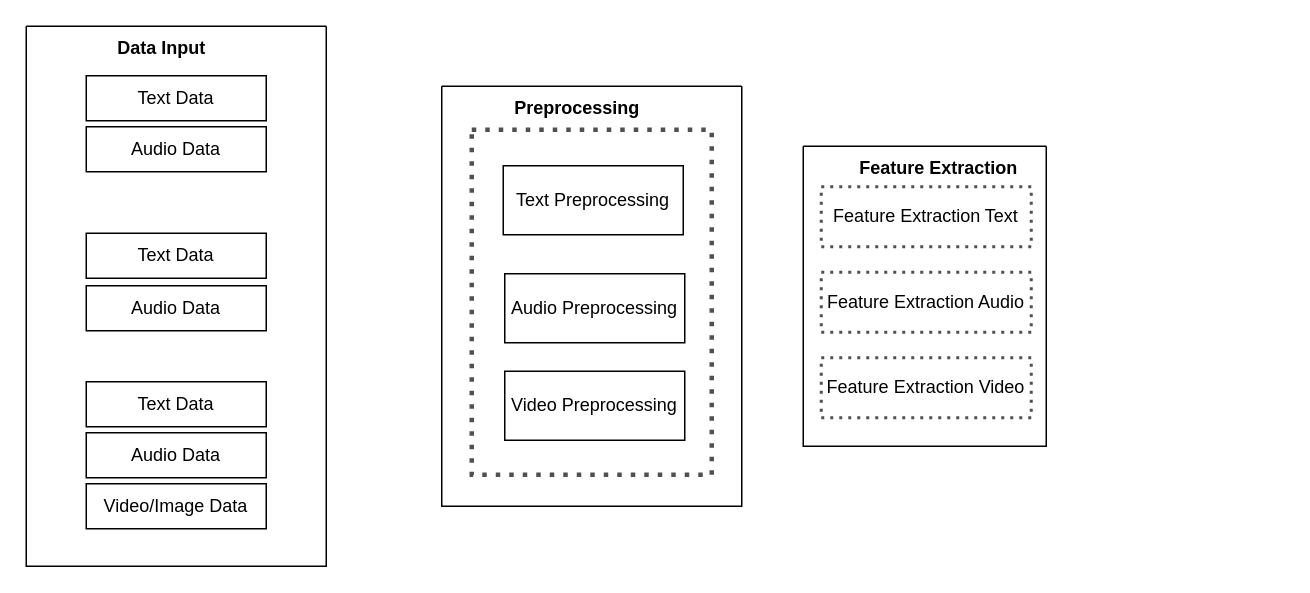
Earlier version of the draw.io diagram one/Untitled Diagram.drawio (theJohnCode/storage). Source tidied: cells renumbered, new cells numbered last; positions are measured from the earlier drawing's top-left corner, leaving out a move shared by most shapes. Both pictures are drawn from the tidied source at 150%, with x=0, y=0 at pixel (26, 26).
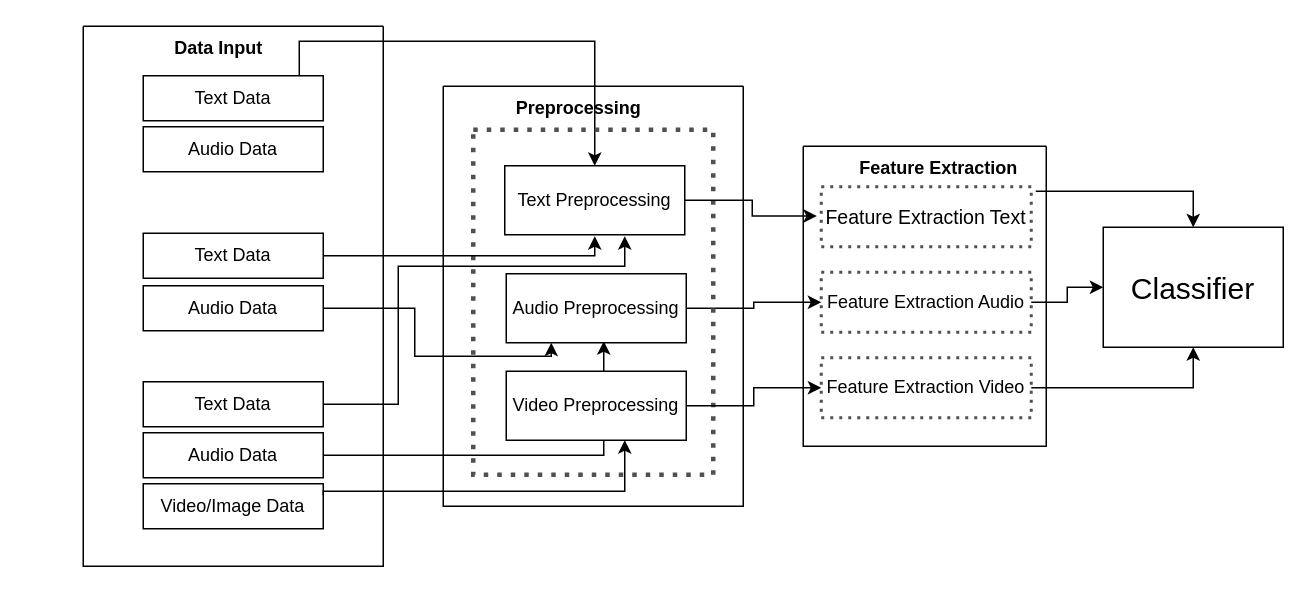
The same page after the edit.

Commit message:
connected the flow

Unchanged cells that the change refers to:
```xml
<mxCell id="4" value="Text Data" style="rounded=0;whiteSpace=wrap;html=1;" parent="3" vertex="1">
  <mxGeometry x="40" y="33" width="120" height="30" as="geometry" />
</mxCell>
<mxCell id="7" value="Text Data" style="rounded=0;whiteSpace=wrap;html=1;" parent="3" vertex="1">
  <mxGeometry x="40" y="138" width="120" height="30" as="geometry" />
</mxCell>
<mxCell id="8" value="Audio Data" style="rounded=0;whiteSpace=wrap;html=1;" parent="3" vertex="1">
  <mxGeometry x="40" y="173" width="120" height="30" as="geometry" />
</mxCell>
<mxCell id="9" value="Audio Data" style="rounded=0;whiteSpace=wrap;html=1;" parent="3" vertex="1">
  <mxGeometry x="40" y="271" width="120" height="30" as="geometry" />
</mxCell>
<mxCell id="10" value="Video/Image Data" style="rounded=0;whiteSpace=wrap;html=1;" parent="3" vertex="1">
  <mxGeometry x="40" y="305" width="120" height="30" as="geometry" />
</mxCell>
<mxCell id="11" value="Text Data" style="rounded=0;whiteSpace=wrap;html=1;" parent="3" vertex="1">
  <mxGeometry x="40" y="237" width="120" height="30" as="geometry" />
</mxCell>
<mxCell id="13" value="Text Preprocessing" style="rounded=0;whiteSpace=wrap;html=1;" parent="12" vertex="1">
  <mxGeometry x="41" y="53" width="120" height="46" as="geometry" />
</mxCell>
<mxCell id="15" value="Audio Preprocessing" style="rounded=0;whiteSpace=wrap;html=1;" parent="12" vertex="1">
  <mxGeometry x="42" y="125" width="120" height="46" as="geometry" />
</mxCell>
<mxCell id="16" value="Video Preprocessing" style="rounded=0;whiteSpace=wrap;html=1;" parent="12" vertex="1">
  <mxGeometry x="42" y="190" width="120" height="46" as="geometry" />
</mxCell>
<mxCell id="19" value="&lt;b&gt;Feature Extraction&lt;/b&gt;" style="text;html=1;align=center;verticalAlign=middle;points=[];strokeColor=none;fillColor=none;" parent="18" vertex="1">
  <mxGeometry x="25" width="130" height="30" as="geometry" />
</mxCell>
<mxCell id="20" value="Feature Extraction Audio" style="rounded=0;whiteSpace=wrap;html=1;strokeColor=light-dark(#544f4f, #ededed);dashed=1;dashPattern=1 2;strokeWidth=2;fillColor=none;perimeterSpacing=0;" parent="1" vertex="1">
  <mxGeometry x="530" y="164" width="140" height="40" as="geometry" />
</mxCell>
<mxCell id="21" value="Feature Extraction Video" style="rounded=0;whiteSpace=wrap;html=1;strokeColor=light-dark(#544f4f, #ededed);dashed=1;dashPattern=1 2;strokeWidth=2;fillColor=none;perimeterSpacing=0;" parent="1" vertex="1">
  <mxGeometry x="530" y="221" width="140" height="40" as="geometry" />
</mxCell>
```

What changed in the source:
```diff
@@
+    <mxCell id="22" style="edgeStyle=orthogonalEdgeStyle;rounded=0;jettySize=auto;html=1;exitX=1;exitY=0.5;exitDx=0;exitDy=0;" parent="1" edge="1" source="9">
+      <mxGeometry relative="1" as="geometry">
+        <mxPoint x="385" y="210" as="targetPoint" />
+        <Array as="points">
+          <mxPoint x="385" y="286" />
+        </Array>
+      </mxGeometry>
+    </mxCell>
+    <mxCell id="23" style="endArrow=classic;html=1;rounded=0;exitX=0.867;exitY=0.177;exitDx=0;exitDy=0;exitPerimeter=0;" parent="1" edge="1" source="4" target="13">
+      <mxGeometry relative="1" as="geometry">
+        <Array as="points">
+          <mxPoint x="182" y="10" />
+          <mxPoint x="379" y="10" />
+        </Array>
+      </mxGeometry>
+    </mxCell>
+    <mxCell id="24" style="edgeStyle=orthogonalEdgeStyle;rounded=0;jettySize=auto;html=1;entryX=0;entryY=0.5;entryDx=0;entryDy=0;exitX=1;exitY=0.5;exitDx=0;exitDy=0;" parent="1" edge="1" source="15" target="20">
+      <mxGeometry relative="1" as="geometry" />
+    </mxCell>
     <mxCell id="2" style="rounded=0;whiteSpace=wrap;html=1;strokeColor=light-dark(#544f4f, #ededed);dashed=1;dashPattern=1 2;strokeWidth=3;fillColor=none;perimeterSpacing=0;" parent="1" vertex="1">
-      <mxGeometry x="297" y="69" width="160" height="230" as="geometry" />
+      <mxGeometry x="298" y="69" width="160" height="230" as="geometry" />
     </mxCell>
     <mxCell id="3" style="swimlane;startSize=0;" parent="1" vertex="1">
-      <mxGeometry width="200" height="360" as="geometry" />
+      <mxGeometry x="38" width="200" height="360" as="geometry" />
     </mxCell>
@@
     <mxCell id="12" style="swimlane;startSize=0;" parent="1" vertex="1">
-      <mxGeometry x="277" y="40" width="200" height="280" as="geometry" />
+      <mxGeometry x="278" y="40" width="200" height="280" as="geometry" />
     </mxCell>
@@
-    <mxCell id="17" value="Feature Extraction Text" style="rounded=0;whiteSpace=wrap;html=1;strokeColor=light-dark(#544f4f, #ededed);dashed=1;dashPattern=1 2;strokeWidth=2;fillColor=none;perimeterSpacing=0;" parent="1" vertex="1">
+    <mxCell id="17" value="&lt;font style=&quot;font-size: 13px;&quot;&gt;Feature Extraction Text&lt;/font&gt;" style="rounded=0;whiteSpace=wrap;html=1;strokeColor=light-dark(#544f4f, #ededed);dashed=1;dashPattern=1 2;strokeWidth=2;fillColor=none;perimeterSpacing=0;" parent="1" vertex="1">
       <mxGeometry x="530" y="107" width="140" height="40" as="geometry" />
     </mxCell>
@@
+    <mxCell id="25" style="edgeStyle=orthogonalEdgeStyle;rounded=0;jettySize=auto;html=1;" parent="1" edge="1" source="20" target="27">
+      <mxGeometry relative="1" as="geometry" />
+    </mxCell>
@@
+    <mxCell id="26" style="edgeStyle=orthogonalEdgeStyle;rounded=0;jettySize=auto;html=1;" parent="1" edge="1" source="21" target="27">
+      <mxGeometry relative="1" as="geometry" />
+    </mxCell>
@@
+    <mxCell id="27" value="&lt;font style=&quot;font-size: 20px;&quot;&gt;Classifier&lt;/font&gt;" style="rounded=0;whiteSpace=wrap;html=1;fillColor=none;" parent="1" vertex="1">
+      <mxGeometry x="718" y="134" width="120" height="80" as="geometry" />
+    </mxCell>
+    <mxCell id="28" style="edgeStyle=orthogonalEdgeStyle;rounded=0;jettySize=auto;html=1;" parent="1" edge="1" source="7">
+      <mxGeometry relative="1" as="geometry">
+        <mxPoint x="379" y="140" as="targetPoint" />
+        <Array as="points">
+          <mxPoint x="379" y="153" />
+        </Array>
+      </mxGeometry>
+    </mxCell>
+    <mxCell id="29" style="edgeStyle=orthogonalEdgeStyle;rounded=0;jettySize=auto;html=1;" parent="1" edge="1" source="11">
+      <mxGeometry relative="1" as="geometry">
+        <mxPoint x="399" y="140" as="targetPoint" />
+        <Array as="points">
+          <mxPoint x="248" y="252" />
+          <mxPoint x="248" y="160" />
+          <mxPoint x="399" y="160" />
+          <mxPoint x="399" y="140" />
+        </Array>
+      </mxGeometry>
+    </mxCell>
+    <mxCell id="30" style="edgeStyle=orthogonalEdgeStyle;rounded=0;jettySize=auto;html=1;entryX=0.25;entryY=1;entryDx=0;entryDy=0;" parent="1" edge="1" source="8" target="15">
+      <mxGeometry relative="1" as="geometry">
+        <Array as="points">
+          <mxPoint x="259" y="188" />
+          <mxPoint x="259" y="220" />
+          <mxPoint x="350" y="220" />
+        </Array>
+      </mxGeometry>
+    </mxCell>
+    <mxCell id="31" style="edgeStyle=orthogonalEdgeStyle;rounded=0;jettySize=auto;html=1;entryX=0.408;entryY=1.087;entryDx=0;entryDy=0;entryPerimeter=0;exitX=1;exitY=0.25;exitDx=0;exitDy=0;" parent="1" edge="1" source="10">
+      <mxGeometry relative="1" as="geometry">
+        <mxPoint x="399" y="276" as="targetPoint" />
+        <Array as="points">
+          <mxPoint x="198" y="310" />
+          <mxPoint x="399" y="310" />
+        </Array>
+      </mxGeometry>
+    </mxCell>
+    <mxCell id="32" style="edgeStyle=orthogonalEdgeStyle;rounded=0;jettySize=auto;html=1;entryX=-0.021;entryY=0.488;entryDx=0;entryDy=0;entryPerimeter=0;" parent="1" edge="1" source="13" target="17">
+      <mxGeometry relative="1" as="geometry">
+        <Array as="points">
+          <mxPoint x="484" y="116" />
+          <mxPoint x="484" y="126" />
+        </Array>
+      </mxGeometry>
+    </mxCell>
+    <mxCell id="33" style="edgeStyle=orthogonalEdgeStyle;rounded=0;jettySize=auto;html=1;" parent="1" edge="1" source="16" target="21">
+      <mxGeometry relative="1" as="geometry" />
+    </mxCell>
+    <mxCell id="34" style="edgeStyle=orthogonalEdgeStyle;rounded=0;jettySize=auto;html=1;" parent="1" edge="1" source="19" target="27">
+      <mxGeometry relative="1" as="geometry">
+        <Array as="points">
+          <mxPoint x="778" y="110" />
+        </Array>
+      </mxGeometry>
+    </mxCell>
```
